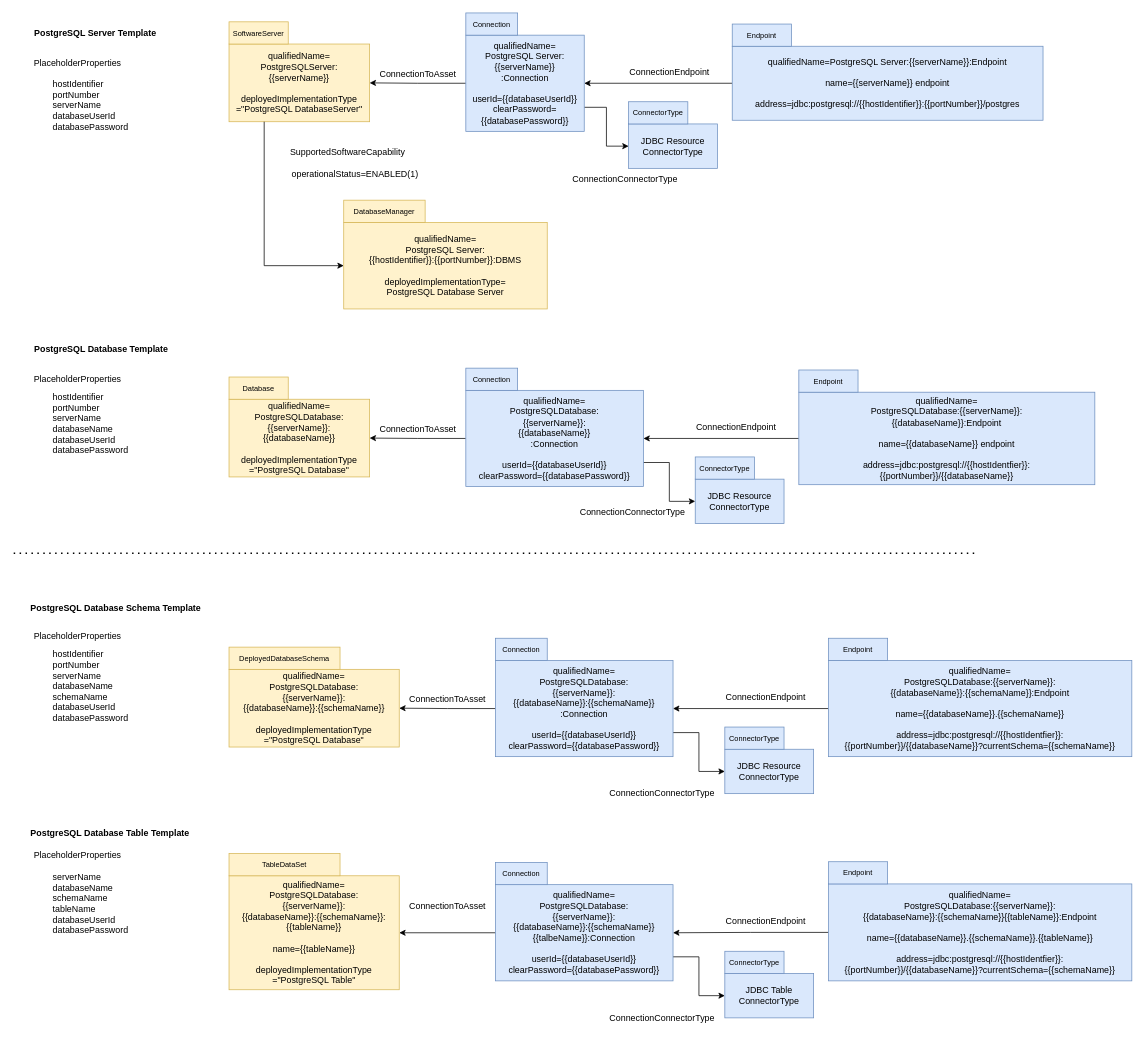
Above: page "catalog-templates" (1 of 2) of site/docs/catalog-templates/postgres-database.drawio in odpi/egeria-docs (draw.io), before the change. Source tidied: cells renumbered, new cells numbered last; positions are measured from the earlier drawing's top-left corner, leaving out a move shared by most shapes. Both pictures are drawn from the tidied source at 74%, with x=0, y=0 at pixel (13, 13).
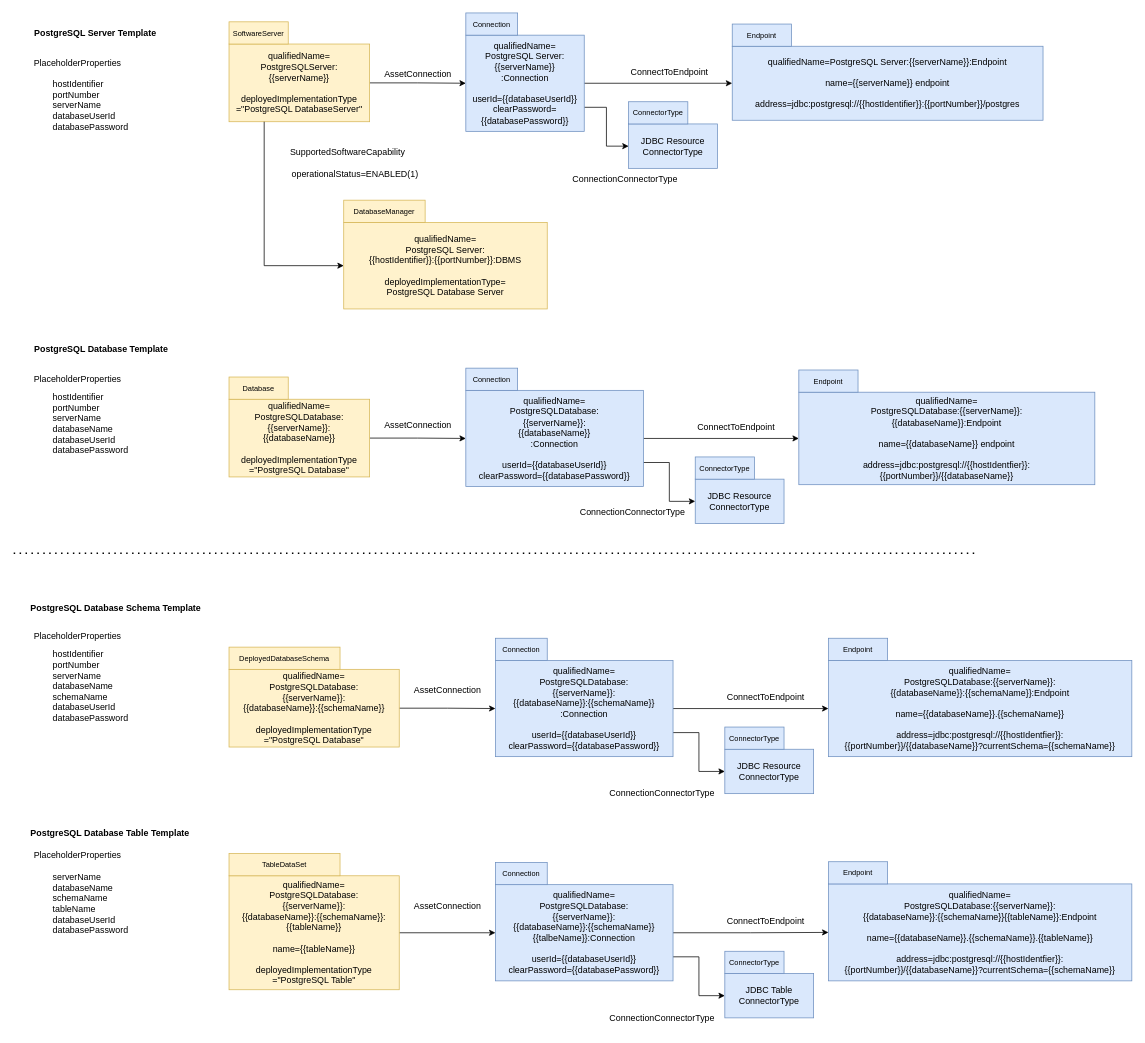
The same page after the edit.

The change refers to these unchanged cells:
```xml
<mxCell id="2" value="qualifiedName=&lt;div&gt;PostgreSQLServer:&lt;br&gt;{{serverName}}&lt;br&gt;&lt;br&gt;deployedImplementationType =&quot;PostgreSQL DatabaseServer&quot;&lt;/div&gt;" style="rounded=0;whiteSpace=wrap;html=1;fillColor=#fff2cc;strokeColor=#d6b656;" parent="1" vertex="1">
  <mxGeometry x="291" y="42" width="190" height="105" as="geometry" />
</mxCell>
<mxCell id="6" value="qualifiedName=&lt;div&gt;PostgreSQL Server:&lt;br&gt;{{serverName}}&lt;br&gt;:Connection&lt;br&gt;&lt;br&gt;userId={{databaseUserId}}&lt;br&gt;clearPassword={{databasePassword}}&lt;/div&gt;" style="rounded=0;whiteSpace=wrap;html=1;fillColor=#dae8fc;strokeColor=#6c8ebf;" parent="1" vertex="1">
  <mxGeometry x="611" y="30" width="160" height="130" as="geometry" />
</mxCell>
<mxCell id="12" value="qualifiedName=PostgreSQL Server:{{serverName}}:Endpoint&lt;br&gt;&lt;br&gt;name={{serverName}} endpoint&lt;br&gt;&lt;br&gt;address=jdbc:postgresql://{{hostIdentifier}}:{{portNumber}}/postgres" style="rounded=0;whiteSpace=wrap;html=1;fillColor=#dae8fc;strokeColor=#6c8ebf;" parent="1" vertex="1">
  <mxGeometry x="971" y="45" width="420" height="100" as="geometry" />
</mxCell>
<mxCell id="20" value="qualifiedName=&lt;div&gt;PostgreSQLDatabase:&lt;br&gt;{{serverName}}:&lt;br&gt;{{databaseName}}&lt;br&gt;&lt;br&gt;deployedImplementationType =&quot;PostgreSQL Database&quot;&lt;/div&gt;" style="rounded=0;whiteSpace=wrap;html=1;fillColor=#fff2cc;strokeColor=#d6b656;" parent="1" vertex="1">
  <mxGeometry x="291" y="522" width="190" height="105" as="geometry" />
</mxCell>
<mxCell id="24" value="qualifiedName=&lt;div&gt;PostgreSQLDatabase:&lt;br style=&quot;border-color: var(--border-color);&quot;&gt;{{serverName}}:&lt;br style=&quot;border-color: var(--border-color);&quot;&gt;{{databaseName}}&lt;br style=&quot;border-color: var(--border-color);&quot;&gt;:Connection&lt;br&gt;&lt;br&gt;userId={{databaseUserId}}&lt;br&gt;clearPassword={{databasePassword}}&lt;/div&gt;" style="rounded=0;whiteSpace=wrap;html=1;fillColor=#dae8fc;strokeColor=#6c8ebf;" parent="1" vertex="1">
  <mxGeometry x="611" y="510" width="240" height="130" as="geometry" />
</mxCell>
<mxCell id="30" value="qualifiedName=&lt;div&gt;PostgreSQLDatabase:{{serverName}}:&lt;br style=&quot;border-color: var(--border-color);&quot;&gt;{{databaseName}}:Endpoint&lt;br&gt;&lt;br&gt;name={{databaseName}} endpoint&lt;br&gt;&lt;br&gt;address=jdbc:postgresql://{{hostIdentfier}}:{{portNumber}}/{{databaseName}}&lt;/div&gt;" style="rounded=0;whiteSpace=wrap;html=1;fillColor=#dae8fc;strokeColor=#6c8ebf;" parent="1" vertex="1">
  <mxGeometry x="1061" y="512.5" width="400" height="125" as="geometry" />
</mxCell>
<mxCell id="37" value="qualifiedName=&lt;div&gt;PostgreSQLDatabase:&lt;br&gt;{{serverName}}:&lt;br&gt;{{databaseName}}:{{schemaName}}&lt;br&gt;&lt;br&gt;deployedImplementationType =&quot;PostgreSQL Database&quot;&lt;/div&gt;" style="rounded=0;whiteSpace=wrap;html=1;fillColor=#fff2cc;strokeColor=#d6b656;" parent="1" vertex="1">
  <mxGeometry x="291" y="887" width="230" height="105" as="geometry" />
</mxCell>
<mxCell id="41" value="qualifiedName=&lt;div&gt;PostgreSQLDatabase:&lt;br style=&quot;border-color: var(--border-color);&quot;&gt;{{serverName}}:&lt;br style=&quot;border-color: var(--border-color);&quot;&gt;{{databaseName}}:{{schemaName}}&lt;br style=&quot;border-color: var(--border-color);&quot;&gt;:Connection&lt;br&gt;&lt;br&gt;userId={{databaseUserId}}&lt;br&gt;clearPassword={{databasePassword}}&lt;/div&gt;" style="rounded=0;whiteSpace=wrap;html=1;fillColor=#dae8fc;strokeColor=#6c8ebf;" parent="1" vertex="1">
  <mxGeometry x="651" y="875" width="240" height="130" as="geometry" />
</mxCell>
<mxCell id="47" value="qualifiedName=&lt;div&gt;PostgreSQLDatabase:{{serverName}}:&lt;br style=&quot;border-color: var(--border-color);&quot;&gt;{{databaseName}}:{{schemaName}}:Endpoint&lt;br&gt;&lt;br&gt;name={{databaseName}}.{{schemaName}}&lt;br&gt;&lt;br&gt;address=jdbc:postgresql://{{hostIdentfier}}:{{portNumber}}/{{databaseName}}?currentSchema={{schemaName}}&lt;/div&gt;" style="rounded=0;whiteSpace=wrap;html=1;fillColor=#dae8fc;strokeColor=#6c8ebf;" parent="1" vertex="1">
  <mxGeometry x="1101" y="875" width="410" height="130" as="geometry" />
</mxCell>
<mxCell id="51" value="qualifiedName=&lt;div&gt;PostgreSQLDatabase:&lt;br&gt;{{serverName}}:&lt;br&gt;{{databaseName}}:{{schemaName}}:&lt;br&gt;{{tableName}}&lt;br&gt;&lt;br&gt;name={{tableName}}&lt;br&gt;&lt;br&gt;deployedImplementationType =&quot;PostgreSQL Table&quot;&lt;/div&gt;" style="rounded=0;whiteSpace=wrap;html=1;fillColor=#fff2cc;strokeColor=#d6b656;" parent="1" vertex="1">
  <mxGeometry x="291" y="1166" width="230" height="154" as="geometry" />
</mxCell>
<mxCell id="55" value="qualifiedName=&lt;div&gt;PostgreSQLDatabase:&lt;br style=&quot;border-color: var(--border-color);&quot;&gt;{{serverName}}:&lt;br style=&quot;border-color: var(--border-color);&quot;&gt;{{databaseName}}:{{schemaName}}&lt;br style=&quot;border-color: var(--border-color);&quot;&gt;{{talbeName}}:Connection&lt;br&gt;&lt;br&gt;userId={{databaseUserId}}&lt;br&gt;clearPassword={{databasePassword}}&lt;/div&gt;" style="rounded=0;whiteSpace=wrap;html=1;fillColor=#dae8fc;strokeColor=#6c8ebf;" parent="1" vertex="1">
  <mxGeometry x="651" y="1178" width="240" height="130" as="geometry" />
</mxCell>
<mxCell id="61" value="qualifiedName=&lt;div&gt;PostgreSQLDatabase:{{serverName}}:&lt;br style=&quot;border-color: var(--border-color);&quot;&gt;{{databaseName}}:{{schemaName}}{{tableName}}:Endpoint&lt;br&gt;&lt;br&gt;name={{databaseName}}.{{schemaName}}.{{tableName}}&lt;br&gt;&lt;br&gt;address=jdbc:postgresql://{{hostIdentfier}}:{{portNumber}}/{{databaseName}}?currentSchema={{schemaName}}&lt;/div&gt;" style="rounded=0;whiteSpace=wrap;html=1;fillColor=#dae8fc;strokeColor=#6c8ebf;" parent="1" vertex="1">
  <mxGeometry x="1101" y="1177" width="410" height="131" as="geometry" />
</mxCell>
```

Change to the diagram source:
```diff
@@
+    <mxCell id="76" style="edgeStyle=orthogonalEdgeStyle;rounded=0;jettySize=auto;html=1;exitX=1;exitY=0.5;exitDx=0;exitDy=0;entryX=0;entryY=0.5;entryDx=0;entryDy=0;" parent="1" edge="1" source="2" target="6">
+      <mxGeometry relative="1" as="geometry" />
+    </mxCell>
@@
-    <mxCell id="5" style="edgeStyle=orthogonalEdgeStyle;rounded=0;jettySize=auto;html=1;exitX=0;exitY=0.5;exitDx=0;exitDy=0;" parent="1" edge="1" source="6" target="2">
-      <mxGeometry relative="1" as="geometry" />
-    </mxCell>
+    <mxCell id="77" style="edgeStyle=orthogonalEdgeStyle;rounded=0;jettySize=auto;html=1;exitX=1;exitY=0.5;exitDx=0;exitDy=0;entryX=0;entryY=0.5;entryDx=0;entryDy=0;" parent="1" edge="1" source="6" target="12">
+      <mxGeometry relative="1" as="geometry" />
+    </mxCell>
@@
-    <mxCell id="8" value="ConnectionToAsset" style="text;html=1;align=center;verticalAlign=middle;strokeColor=none;fillColor=none;" parent="1" vertex="1">
-      <mxGeometry x="481" y="68" width="130" height="30" as="geometry" />
+    <mxCell id="8" value="AssetConnection" style="text;html=1;align=center;verticalAlign=middle;strokeColor=none;fillColor=none;" parent="1" vertex="1">
+      <mxGeometry x="491" y="68" width="110" height="30" as="geometry" />
     </mxCell>
@@
-    <mxCell id="11" style="edgeStyle=orthogonalEdgeStyle;rounded=0;jettySize=auto;html=1;exitX=0;exitY=0.5;exitDx=0;exitDy=0;" parent="1" edge="1" source="12" target="6">
-      <mxGeometry relative="1" as="geometry" />
-    </mxCell>
@@
-    <mxCell id="15" value="ConnectionEndpoint" style="text;html=1;align=center;verticalAlign=middle;strokeColor=none;fillColor=none;" parent="1" vertex="1">
+    <mxCell id="15" value="ConnectToEndpoint" style="text;html=1;align=center;verticalAlign=middle;strokeColor=none;fillColor=none;" parent="1" vertex="1">
       <mxGeometry x="821" y="65" width="130" height="30" as="geometry" />
     </mxCell>
@@
+    <mxCell id="78" style="edgeStyle=orthogonalEdgeStyle;rounded=0;jettySize=auto;html=1;exitX=1;exitY=0.5;exitDx=0;exitDy=0;entryX=0;entryY=0.5;entryDx=0;entryDy=0;" parent="1" edge="1" source="20" target="24">
+      <mxGeometry relative="1" as="geometry" />
+    </mxCell>
@@
-    <mxCell id="23" style="edgeStyle=orthogonalEdgeStyle;rounded=0;jettySize=auto;html=1;exitX=0;exitY=0.5;exitDx=0;exitDy=0;" parent="1" edge="1" source="24" target="20">
-      <mxGeometry relative="1" as="geometry" />
-    </mxCell>
+    <mxCell id="79" style="edgeStyle=orthogonalEdgeStyle;rounded=0;jettySize=auto;html=1;exitX=1;exitY=0.5;exitDx=0;exitDy=0;" parent="1" edge="1" source="24" target="30">
+      <mxGeometry relative="1" as="geometry" />
+    </mxCell>
@@
-    <mxCell id="26" value="ConnectionToAsset" style="text;html=1;align=center;verticalAlign=middle;strokeColor=none;fillColor=none;" parent="1" vertex="1">
-      <mxGeometry x="481" y="548" width="130" height="30" as="geometry" />
+    <mxCell id="26" value="AssetConnection" style="text;html=1;align=center;verticalAlign=middle;strokeColor=none;fillColor=none;" parent="1" vertex="1">
+      <mxGeometry x="491" y="542" width="110" height="30" as="geometry" />
     </mxCell>
@@
-    <mxCell id="29" style="edgeStyle=orthogonalEdgeStyle;rounded=0;jettySize=auto;html=1;exitX=0;exitY=0.5;exitDx=0;exitDy=0;" parent="1" edge="1" source="30" target="24">
-      <mxGeometry relative="1" as="geometry" />
-    </mxCell>
@@
-    <mxCell id="33" value="ConnectionEndpoint" style="text;html=1;align=center;verticalAlign=middle;strokeColor=none;fillColor=none;" parent="1" vertex="1">
+    <mxCell id="33" value="ConnectToEndpoint" style="text;html=1;align=center;verticalAlign=middle;strokeColor=none;fillColor=none;" parent="1" vertex="1">
       <mxGeometry x="911" y="545" width="130" height="30" as="geometry" />
     </mxCell>
@@
+    <mxCell id="80" style="edgeStyle=orthogonalEdgeStyle;rounded=0;jettySize=auto;html=1;exitX=1;exitY=0.5;exitDx=0;exitDy=0;" parent="1" edge="1" source="37" target="41">
+      <mxGeometry relative="1" as="geometry" />
+    </mxCell>
@@
-    <mxCell id="40" style="edgeStyle=orthogonalEdgeStyle;rounded=0;jettySize=auto;html=1;exitX=0;exitY=0.5;exitDx=0;exitDy=0;" parent="1" edge="1" source="41" target="37">
-      <mxGeometry relative="1" as="geometry" />
-    </mxCell>
+    <mxCell id="81" style="edgeStyle=orthogonalEdgeStyle;rounded=0;jettySize=auto;html=1;exitX=1;exitY=0.5;exitDx=0;exitDy=0;" parent="1" edge="1" source="41" target="47">
+      <mxGeometry relative="1" as="geometry" />
+    </mxCell>
@@
-    <mxCell id="43" value="ConnectionToAsset" style="text;html=1;align=center;verticalAlign=middle;strokeColor=none;fillColor=none;" parent="1" vertex="1">
-      <mxGeometry x="521" y="913" width="130" height="30" as="geometry" />
+    <mxCell id="43" value="AssetConnection" style="text;html=1;align=center;verticalAlign=middle;strokeColor=none;fillColor=none;" parent="1" vertex="1">
+      <mxGeometry x="531" y="900" width="110" height="30" as="geometry" />
     </mxCell>
@@
-    <mxCell id="46" style="edgeStyle=orthogonalEdgeStyle;rounded=0;jettySize=auto;html=1;exitX=0;exitY=0.5;exitDx=0;exitDy=0;" parent="1" edge="1" source="47" target="41">
-      <mxGeometry relative="1" as="geometry" />
-    </mxCell>
@@
-    <mxCell id="50" value="ConnectionEndpoint" style="text;html=1;align=center;verticalAlign=middle;strokeColor=none;fillColor=none;" parent="1" vertex="1">
+    <mxCell id="50" value="ConnectToEndpoint" style="text;html=1;align=center;verticalAlign=middle;strokeColor=none;fillColor=none;" parent="1" vertex="1">
       <mxGeometry x="951" y="910" width="130" height="30" as="geometry" />
     </mxCell>
+    <mxCell id="82" style="edgeStyle=orthogonalEdgeStyle;rounded=0;jettySize=auto;html=1;exitX=1;exitY=0.5;exitDx=0;exitDy=0;entryX=0;entryY=0.5;entryDx=0;entryDy=0;" parent="1" edge="1" source="51" target="55">
+      <mxGeometry relative="1" as="geometry" />
+    </mxCell>
@@
-    <mxCell id="54" style="edgeStyle=orthogonalEdgeStyle;rounded=0;jettySize=auto;html=1;exitX=0;exitY=0.5;exitDx=0;exitDy=0;" parent="1" edge="1" source="55" target="51">
-      <mxGeometry relative="1" as="geometry" />
-    </mxCell>
+    <mxCell id="83" style="edgeStyle=orthogonalEdgeStyle;rounded=0;jettySize=auto;html=1;exitX=1;exitY=0.5;exitDx=0;exitDy=0;entryX=0;entryY=0.5;entryDx=0;entryDy=0;" parent="1" edge="1" source="55" target="61">
+      <mxGeometry relative="1" as="geometry" />
+    </mxCell>
@@
-    <mxCell id="57" value="ConnectionToAsset" style="text;html=1;align=center;verticalAlign=middle;strokeColor=none;fillColor=none;" parent="1" vertex="1">
-      <mxGeometry x="521" y="1192" width="130" height="30" as="geometry" />
+    <mxCell id="57" value="AssetConnection" style="text;html=1;align=center;verticalAlign=middle;strokeColor=none;fillColor=none;" parent="1" vertex="1">
+      <mxGeometry x="531" y="1192" width="110" height="30" as="geometry" />
     </mxCell>
@@
-    <mxCell id="60" style="edgeStyle=orthogonalEdgeStyle;rounded=0;jettySize=auto;html=1;exitX=0;exitY=0.5;exitDx=0;exitDy=0;" parent="1" edge="1" source="61" target="55">
-      <mxGeometry relative="1" as="geometry" />
-    </mxCell>
@@
-    <mxCell id="64" value="ConnectionEndpoint" style="text;html=1;align=center;verticalAlign=middle;strokeColor=none;fillColor=none;" parent="1" vertex="1">
+    <mxCell id="64" value="ConnectToEndpoint" style="text;html=1;align=center;verticalAlign=middle;strokeColor=none;fillColor=none;" parent="1" vertex="1">
       <mxGeometry x="951" y="1213" width="130" height="30" as="geometry" />
     </mxCell>
```
